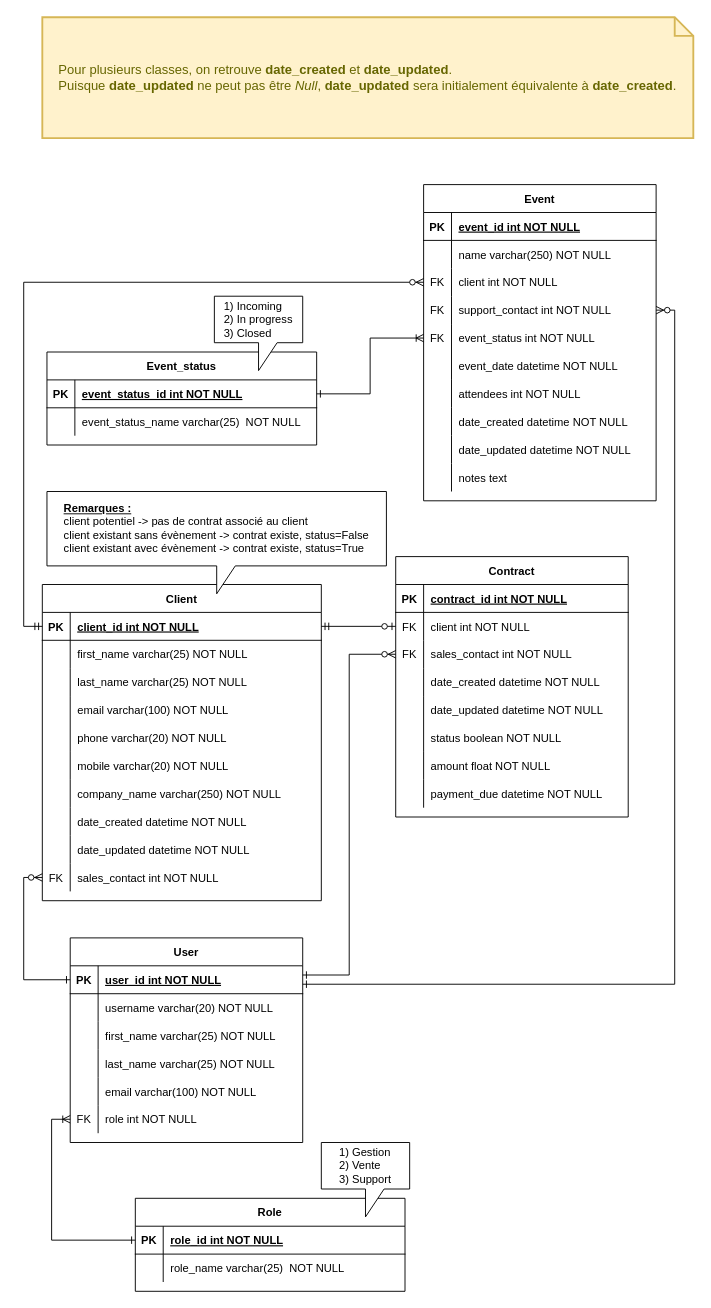
Above: ERD_Epic_Events.drawio in Olrio/P12 (draw.io), before the change. Source tidied: cells renumbered, new cells numbered last; positions are measured from the earlier drawing's top-left corner, leaving out a move shared by most shapes. Both pictures are drawn from the tidied source at 93%, with x=0, y=0 at pixel (42, 17).
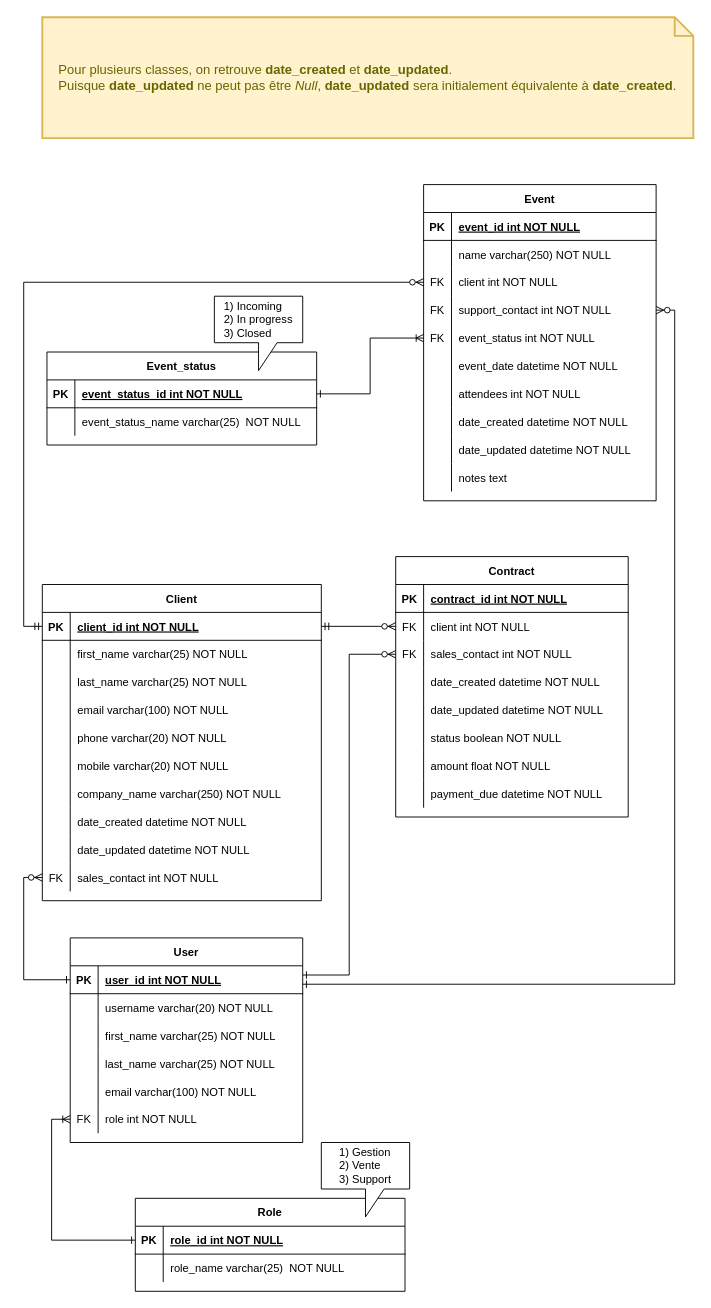
The same diagram, later.

The change refers to these unchanged cells:
```xml
<mxCell id="6" style="shape=partialRectangle;fillColor=none;points=[[0,0.5],[1,0.5]];portConstraint=eastwest;top=0;left=0;right=0;bottom=0;" parent="2" vertex="1">
  <mxGeometry y="60" width="250" height="30" as="geometry" />
</mxCell>
<mxCell id="47" style="shape=partialRectangle;fillColor=none;points=[[0,0.5],[1,0.5]];portConstraint=eastwest;top=0;left=0;right=0;bottom=1;" parent="46" vertex="1">
  <mxGeometry y="30" width="300" height="30" as="geometry" />
</mxCell>
```

The edit, as a diff of the source:
```diff
@@
-    <mxCell id="79" style="edgeStyle=orthogonalEdgeStyle;rounded=0;jettySize=auto;html=1;exitX=0;exitY=0.5;exitDx=0;exitDy=0;endArrow=ERmandOne;endFill=0;entryX=1;entryY=0.5;entryDx=0;entryDy=0;startArrow=ERzeroToOne;startFill=1;" parent="1" edge="1" source="6" target="47">
-      <mxGeometry relative="1" as="geometry" />
+    <mxCell id="79" style="edgeStyle=orthogonalEdgeStyle;rounded=0;jettySize=auto;html=1;exitX=0;exitY=0.5;exitDx=0;exitDy=0;endArrow=ERmandOne;endFill=0;entryX=1;entryY=0.5;entryDx=0;entryDy=0;startArrow=ERzeroToMany;startFill=1;" parent="1" edge="1" source="6" target="47">
+      <mxGeometry relative="1" as="geometry">
+        <Array as="points">
+          <mxPoint x="360" y="655" />
+          <mxPoint x="360" y="655" />
+        </Array>
+      </mxGeometry>
     </mxCell>
@@
-    <mxCell id="121" value="&lt;div style=&quot;text-align: justify&quot;&gt;&lt;b&gt;&lt;u&gt;Remarques :&lt;/u&gt;&lt;/b&gt;&lt;/div&gt;&lt;div style=&quot;text-align: justify&quot;&gt;client potentiel -&amp;gt; pas de contrat associé au client&lt;/div&gt;&lt;div style=&quot;text-align: justify&quot;&gt;client existant sans évènement -&amp;gt; contrat existe, status=False&lt;/div&gt;&lt;div style=&quot;text-align: justify&quot;&gt;client existant avec évènement -&amp;gt; contrat existe, status=True&lt;/div&gt;" style="shape=callout;whiteSpace=wrap;html=1;perimeter=calloutPerimeter;" parent="1" vertex="1">
-      <mxGeometry x="5" y="510" width="365" height="110" as="geometry" />
-    </mxCell>
```
